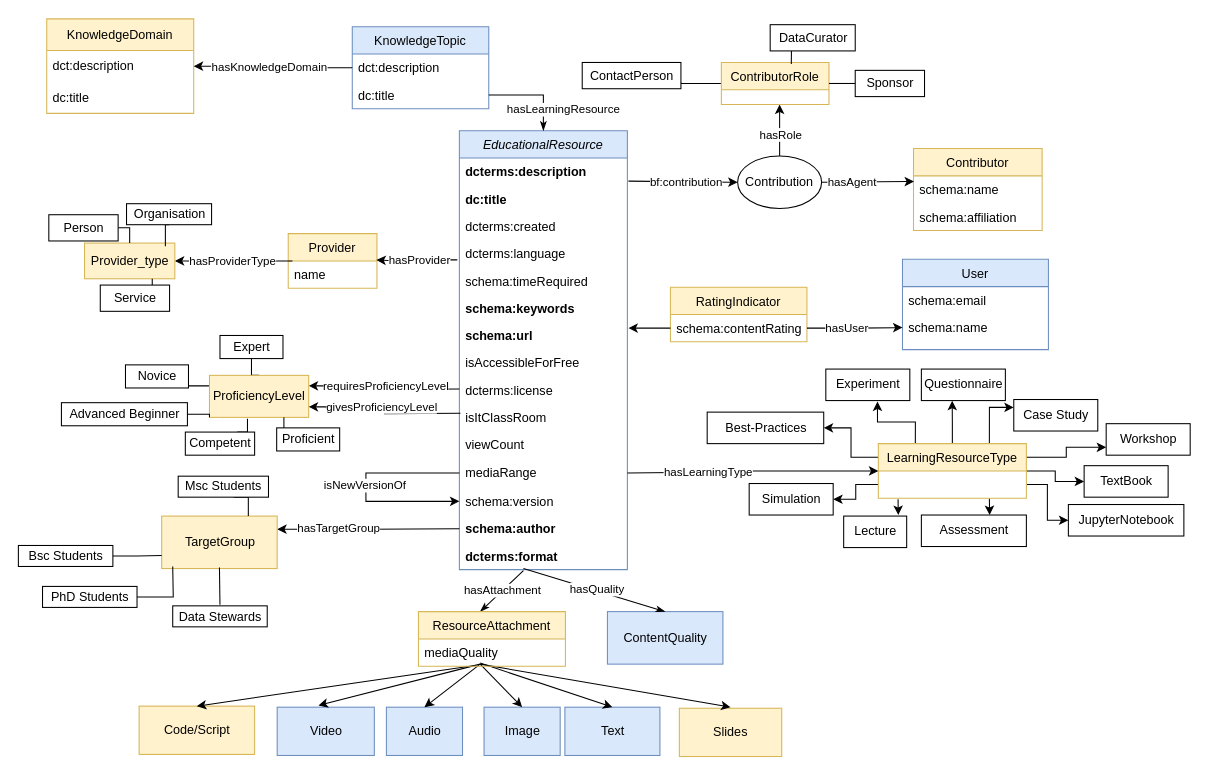
data-literacy-alliance/dalia-ontology keeps this draw.io diagram as visualisations/Educational_Pattern24.drawio. Above is the earlier version. Source tidied: cells renumbered, new cells numbered last; positions are measured from the earlier drawing's top-left corner, leaving out a move shared by most shapes. Both pictures are drawn from the tidied source at 105%, with x=0, y=0 at pixel (18, 18).
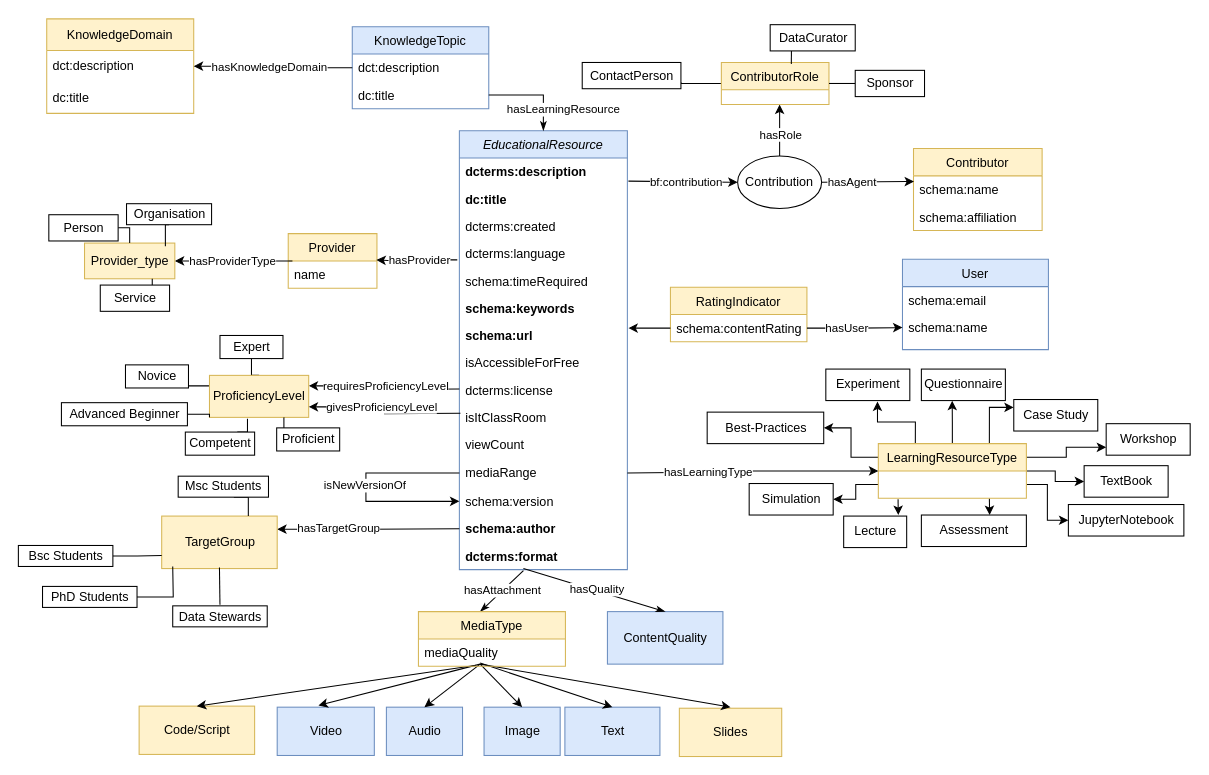
The same page after the edit.

Diff of the diagram source:
```diff
@@
-    <mxCell id="70" value="ResourceAttachment" style="swimlane;fontStyle=0;horizontal=1;startSize=26;fillColor=#fff2cc;strokeColor=#d6b656;" parent="1" vertex="1">
+    <mxCell id="70" value="MediaType" style="swimlane;fontStyle=0;horizontal=1;startSize=26;fillColor=#fff2cc;strokeColor=#d6b656;" parent="1" vertex="1">
       <mxGeometry x="381" y="565" width="140" height="52" as="geometry" />
     </mxCell>
```
